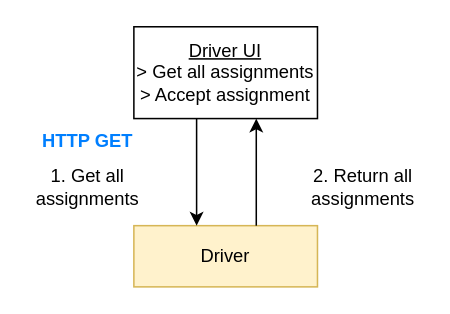
darkliyznyanlin910/esd-2425T2 keeps this draw.io diagram as diagrams/DriverChecksAssignment1.drawio. Above is the earlier version. Source tidied: cells renumbered, new cells numbered last; positions are measured from the earlier drawing's top-left corner, leaving out a move shared by most shapes. Both pictures are drawn from the tidied source at 153%, with x=0, y=0 at pixel (26, 26).
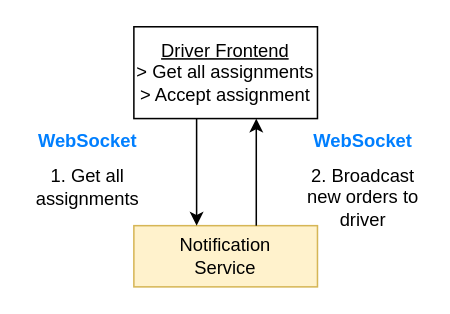
After the change.

Commit message (it also covers changes not shown here):
Updated DriverChecksAssignment Diagrams

The edit, as a diff of the source:
```diff
@@
 <mxGraphModel>
   <root>
     <mxCell id="0" />
     <mxCell id="1" parent="0" />
-    <mxCell id="2" value="&lt;u&gt;Driver UI&lt;/u&gt;&lt;div&gt;&amp;gt; Get all assignments&lt;br&gt;&amp;gt; Accept assignment&lt;/div&gt;" style="rounded=0;whiteSpace=wrap;html=1;" parent="1" vertex="1">
+    <mxCell id="2" value="&lt;u&gt;Driver Frontend&lt;/u&gt;&lt;div&gt;&amp;gt; Get all assignments&lt;br&gt;&amp;gt; Accept assignment&lt;/div&gt;" style="rounded=0;whiteSpace=wrap;html=1;" parent="1" vertex="1">
       <mxGeometry x="70" width="120" height="60" as="geometry" />
     </mxCell>
-    <mxCell id="3" value="Driver" style="rounded=0;whiteSpace=wrap;html=1;fillColor=#fff2cc;strokeColor=#d6b656;" parent="1" vertex="1">
+    <mxCell id="3" value="Notification&lt;div&gt;Service&lt;/div&gt;" style="rounded=0;whiteSpace=wrap;html=1;fillColor=#fff2cc;strokeColor=#d6b656;" parent="1" vertex="1">
       <mxGeometry x="70" y="130" width="120" height="40" as="geometry" />
     </mxCell>
     <mxCell id="4" value="1. Get all assignments" style="text;html=1;align=center;verticalAlign=middle;whiteSpace=wrap;rounded=0;" parent="1" vertex="1">
       <mxGeometry y="90" width="80" height="30" as="geometry" />
     </mxCell>
-    <mxCell id="5" value="2. Return all assignments" style="text;html=1;align=center;verticalAlign=middle;whiteSpace=wrap;rounded=0;" parent="1" vertex="1">
-      <mxGeometry x="180" y="90" width="80" height="30" as="geometry" />
+    <mxCell id="5" value="2. Broadcast new orders to driver" style="text;html=1;align=center;verticalAlign=middle;whiteSpace=wrap;rounded=0;" parent="1" vertex="1">
+      <mxGeometry x="180" y="97" width="80" height="30" as="geometry" />
     </mxCell>
     <mxCell id="6" style="endArrow=classic;html=1;rounded=0;exitX=0.5;exitY=0;exitDx=0;exitDy=0;entryX=0.5;entryY=1;entryDx=0;entryDy=0;" parent="1" edge="1">
       <mxGeometry relative="1" as="geometry">
         <mxPoint x="150" y="130" as="sourcePoint" />
         <mxPoint x="150" y="60" as="targetPoint" />
       </mxGeometry>
     </mxCell>
     <mxCell id="7" style="endArrow=classic;html=1;rounded=0;exitX=0.5;exitY=1;exitDx=0;exitDy=0;entryX=0.5;entryY=0;entryDx=0;entryDy=0;" parent="1" edge="1">
       <mxGeometry relative="1" as="geometry">
         <mxPoint x="111" y="60" as="sourcePoint" />
         <mxPoint x="111" y="130" as="targetPoint" />
       </mxGeometry>
     </mxCell>
-    <mxCell id="8" value="&lt;b&gt;HTTP GET&lt;/b&gt;" style="text;html=1;align=center;verticalAlign=middle;whiteSpace=wrap;rounded=0;fontColor=#007FFF;" parent="1" vertex="1">
+    <mxCell id="8" value="&lt;b&gt;WebSocket&lt;/b&gt;" style="text;html=1;align=center;verticalAlign=middle;whiteSpace=wrap;rounded=0;fontColor=#007FFF;" parent="1" vertex="1">
       <mxGeometry y="60" width="80" height="30" as="geometry" />
     </mxCell>
+    <mxCell id="9" value="&lt;b&gt;WebSocket&lt;/b&gt;" style="text;html=1;align=center;verticalAlign=middle;whiteSpace=wrap;rounded=0;fontColor=#007FFF;" parent="1" vertex="1">
+      <mxGeometry x="180" y="60" width="80" height="30" as="geometry" />
+    </mxCell>
   </root>
 </mxGraphModel>
```
